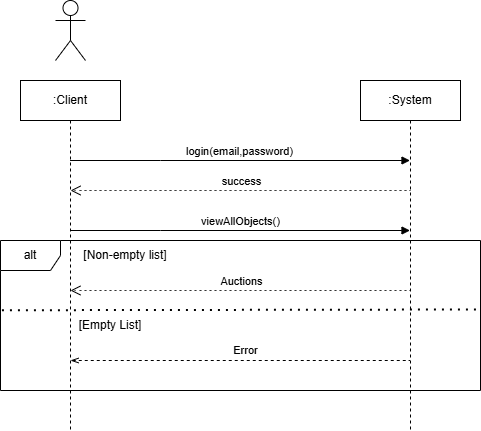
This is artifacts/SystemSequenceDiagrams/ViewingOfObjects/viewObjects/viewObjectsSSD.drawio.png from benjaminsunliu/chillmates-soen-342, a draw.io export, as it was before one commit. Source tidied: cells renumbered, new cells last; positions are measured from the earlier drawing's top-left corner, leaving out a move shared by most shapes. Source of this version:
```xml
<mxGraphModel>
  <root>
    <mxCell id="0" />
    <mxCell id="1" parent="0" />
    <mxCell id="2" value=":Client" style="shape=umlLifeline;perimeter=lifelinePerimeter;whiteSpace=wrap;html=1;outlineConnect=0;portConstraint=eastwest;newEdgeStyle={&quot;edgeStyle&quot;:&quot;elbowEdgeStyle&quot;,&quot;elbow&quot;:&quot;vertical&quot;,&quot;curved&quot;:0,&quot;rounded&quot;:0};" parent="1" vertex="1">
      <mxGeometry x="20" y="80" width="100" height="350" as="geometry" />
    </mxCell>
    <mxCell id="3" value=":System" style="shape=umlLifeline;perimeter=lifelinePerimeter;whiteSpace=wrap;html=1;outlineConnect=0;portConstraint=eastwest;newEdgeStyle={&quot;edgeStyle&quot;:&quot;elbowEdgeStyle&quot;,&quot;elbow&quot;:&quot;vertical&quot;,&quot;curved&quot;:0,&quot;rounded&quot;:0};" parent="1" vertex="1">
      <mxGeometry x="360" y="80" width="100" height="350" as="geometry" />
    </mxCell>
    <mxCell id="4" value="login(email,password)" style="html=1;verticalAlign=bottom;endArrow=block;edgeStyle=elbowEdgeStyle;elbow=vertical;curved=0;rounded=0;" parent="1" edge="1" source="2" target="3">
      <mxGeometry relative="1" as="geometry">
        <Array as="points">
          <mxPoint x="160" y="160" />
        </Array>
      </mxGeometry>
    </mxCell>
    <mxCell id="5" style="shape=umlActor;verticalLabelPosition=bottom;verticalAlign=top;html=1;" parent="1" vertex="1">
      <mxGeometry x="55" width="30" height="60" as="geometry" />
    </mxCell>
    <mxCell id="6" value="success" style="html=1;verticalAlign=bottom;endArrow=open;endSize=8;edgeStyle=elbowEdgeStyle;elbow=vertical;curved=0;rounded=0;dashed=1;dashPattern=1 4;" parent="1" edge="1">
      <mxGeometry x="0.49" relative="1" as="geometry">
        <mxPoint x="80" y="190" as="sourcePoint" />
        <mxPoint x="70" y="190" as="targetPoint" />
        <Array as="points">
          <mxPoint x="410" y="190" />
        </Array>
      </mxGeometry>
    </mxCell>
    <mxCell id="7" value="viewAllObjects()" style="html=1;verticalAlign=bottom;endArrow=block;edgeStyle=elbowEdgeStyle;elbow=vertical;curved=0;rounded=0;" parent="1" edge="1" target="3">
      <mxGeometry relative="1" as="geometry">
        <mxPoint x="70" y="230" as="sourcePoint" />
        <Array as="points">
          <mxPoint x="160" y="230" />
        </Array>
      </mxGeometry>
    </mxCell>
    <mxCell id="8" value="Auctions" style="html=1;verticalAlign=bottom;endArrow=open;dashed=1;endSize=8;edgeStyle=elbowEdgeStyle;elbow=horizontal;curved=0;rounded=0;dashPattern=1 4;" parent="1" edge="1">
      <mxGeometry x="0.49" relative="1" as="geometry">
        <mxPoint x="79.9" y="290" as="sourcePoint" />
        <mxPoint x="70" y="290" as="targetPoint" />
        <Array as="points">
          <mxPoint x="410" y="290" />
        </Array>
      </mxGeometry>
    </mxCell>
    <mxCell id="9" value="alt" style="shape=umlFrame;whiteSpace=wrap;html=1;" parent="1" vertex="1">
      <mxGeometry y="240" width="480" height="150" as="geometry" />
    </mxCell>
    <mxCell id="10" value="[Non-empty list]" style="text;html=1;align=center;verticalAlign=middle;whiteSpace=wrap;rounded=0;" parent="1" vertex="1">
      <mxGeometry x="80" y="240" width="90" height="30" as="geometry" />
    </mxCell>
    <mxCell id="11" style="endArrow=none;dashed=1;html=1;dashPattern=1 3;strokeWidth=2;rounded=0;entryX=0.993;entryY=0.46;entryDx=0;entryDy=0;entryPerimeter=0;exitX=0.003;exitY=0.465;exitDx=0;exitDy=0;exitPerimeter=0;" parent="1" edge="1" source="9" target="9">
      <mxGeometry relative="1" as="geometry" />
    </mxCell>
    <mxCell id="12" value="[Empty List]" style="text;html=1;align=center;verticalAlign=middle;whiteSpace=wrap;rounded=0;" parent="1" vertex="1">
      <mxGeometry x="70" y="310" width="80" height="30" as="geometry" />
    </mxCell>
    <mxCell id="13" style="endArrow=none;dashed=1;html=1;rounded=0;startArrow=openThin;startFill=0;" parent="1" edge="1">
      <mxGeometry relative="1" as="geometry">
        <mxPoint x="70" y="360" as="sourcePoint" />
        <mxPoint x="409.5" y="360" as="targetPoint" />
      </mxGeometry>
    </mxCell>
    <mxCell id="14" value="Error" style="edgeLabel;html=1;align=center;verticalAlign=middle;" parent="13" vertex="1">
      <mxGeometry x="0.03" y="-1" relative="1" as="geometry">
        <mxPoint y="-11" as="offset" />
      </mxGeometry>
    </mxCell>
  </root>
</mxGraphModel>
```
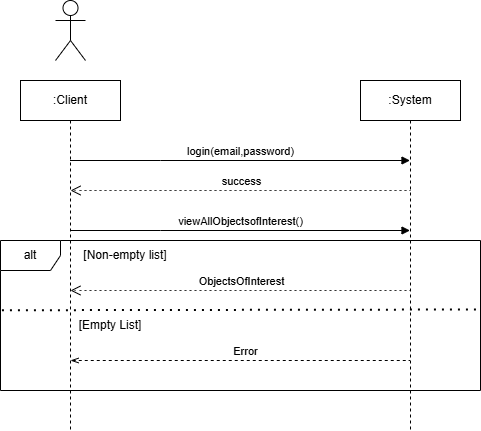
After the change.

What changed in the source:
```diff
@@ -27,7 +27,7 @@
         </Array>
       </mxGeometry>
     </mxCell>
-    <mxCell id="7" value="viewAllObjects()" style="html=1;verticalAlign=bottom;endArrow=block;edgeStyle=elbowEdgeStyle;elbow=vertical;curved=0;rounded=0;" parent="1" edge="1" target="3">
+    <mxCell id="7" value="viewAllObjectsofInterest()" style="html=1;verticalAlign=bottom;endArrow=block;edgeStyle=elbowEdgeStyle;elbow=vertical;curved=0;rounded=0;" parent="1" edge="1" target="3">
       <mxGeometry relative="1" as="geometry">
         <mxPoint x="70" y="230" as="sourcePoint" />
         <Array as="points">
@@ -35,7 +35,7 @@
         </Array>
       </mxGeometry>
     </mxCell>
-    <mxCell id="8" value="Auctions" style="html=1;verticalAlign=bottom;endArrow=open;dashed=1;endSize=8;edgeStyle=elbowEdgeStyle;elbow=horizontal;curved=0;rounded=0;dashPattern=1 4;" parent="1" edge="1">
+    <mxCell id="8" value="ObjectsOfInterest" style="html=1;verticalAlign=bottom;endArrow=open;dashed=1;endSize=8;edgeStyle=elbowEdgeStyle;elbow=horizontal;curved=0;rounded=0;dashPattern=1 4;" parent="1" edge="1">
       <mxGeometry x="0.49" relative="1" as="geometry">
         <mxPoint x="79.9" y="290" as="sourcePoint" />
         <mxPoint x="70" y="290" as="targetPoint" />
```
